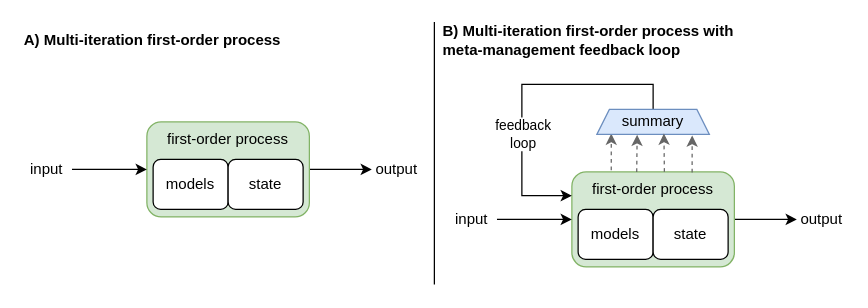
Earlier version of the draw.io diagram page "architecture" (3 of 4) of publications/files/2023-nov-mm-clearer-explanation.drawio (malcolmlett/malcolmlett.github.io). Source tidied: cells renumbered, new cells numbered last; positions are measured from the earlier drawing's top-left corner, leaving out a move shared by most shapes. Both pictures are drawn from the tidied source at 125%, with x=0, y=0 at pixel (21, 21).
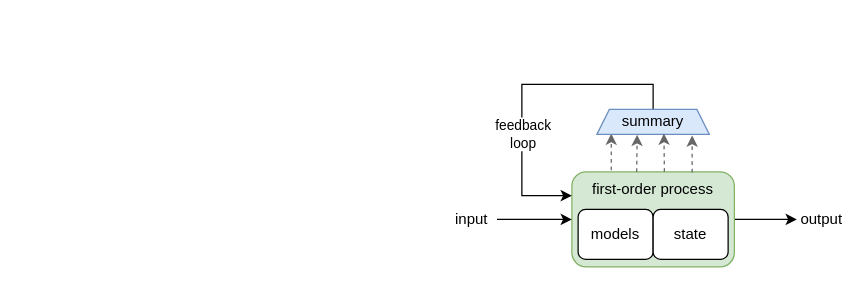
Above is the later version.

Change to the diagram source:
```diff
@@
-    <mxCell id="16" value="A) Multi-iteration first-order process" style="text;html=1;strokeColor=none;fillColor=none;align=left;verticalAlign=middle;whiteSpace=wrap;rounded=0;fontSize=12;fontStyle=1;" parent="1" vertex="1">
-      <mxGeometry width="310" height="30" as="geometry" />
-    </mxCell>
-    <mxCell id="17" value="B) Multi-iteration first-order process with meta-management feedback loop" style="text;html=1;strokeColor=none;fillColor=none;align=left;verticalAlign=middle;whiteSpace=wrap;rounded=0;fontSize=12;fontStyle=1;" parent="1" vertex="1">
-      <mxGeometry x="335" width="265" height="30" as="geometry" />
-    </mxCell>
-    <mxCell id="18" style="endArrow=none;html=1;rounded=0;strokeWidth=1;fontSize=12;" parent="1" edge="1">
-      <mxGeometry relative="1" as="geometry">
-        <mxPoint x="330" y="210" as="sourcePoint" />
-        <mxPoint x="330" as="targetPoint" />
-      </mxGeometry>
-    </mxCell>
-    <mxCell id="19" style="edgeStyle=orthogonalEdgeStyle;rounded=0;jettySize=auto;html=1;entryX=0;entryY=0.5;entryDx=0;entryDy=0;" parent="1" edge="1" source="20" target="22">
-      <mxGeometry relative="1" as="geometry" />
-    </mxCell>
-    <mxCell id="20" value="first-order process" style="rounded=1;whiteSpace=wrap;html=1;verticalAlign=top;fillColor=#d5e8d4;strokeColor=#82b366;" parent="1" vertex="1">
-      <mxGeometry x="100" y="80" width="130" height="76" as="geometry" />
-    </mxCell>
-    <mxCell id="21" style="endArrow=classic;html=1;rounded=0;entryX=0;entryY=0.5;entryDx=0;entryDy=0;exitX=1;exitY=0.5;exitDx=0;exitDy=0;" parent="1" edge="1" source="23" target="20">
-      <mxGeometry relative="1" as="geometry" />
-    </mxCell>
-    <mxCell id="22" value="output" style="rounded=0;whiteSpace=wrap;html=1;strokeWidth=1;strokeColor=none;" parent="1" vertex="1">
-      <mxGeometry x="280" y="108" width="40" height="20" as="geometry" />
-    </mxCell>
-    <mxCell id="23" value="input" style="rounded=0;whiteSpace=wrap;html=1;strokeWidth=1;strokeColor=none;" parent="1" vertex="1">
-      <mxGeometry y="108" width="40" height="20" as="geometry" />
-    </mxCell>
-    <mxCell id="24" value="models" style="rounded=1;whiteSpace=wrap;html=1;strokeColor=#000000;strokeWidth=1;" parent="1" vertex="1">
-      <mxGeometry x="105" y="110" width="60" height="40" as="geometry" />
-    </mxCell>
-    <mxCell id="25" value="state" style="rounded=1;whiteSpace=wrap;html=1;strokeColor=#000000;strokeWidth=1;" parent="1" vertex="1">
-      <mxGeometry x="165" y="110" width="60" height="40" as="geometry" />
-    </mxCell>
```
